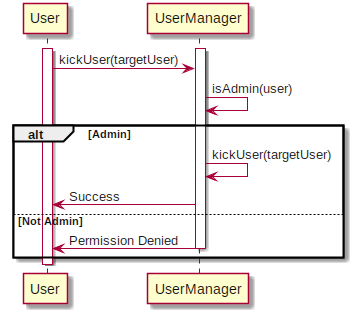
This is doc/SSRS/images/SequenceDiagrams/ProjectMemberManagementKickUser.png from cs383-4/sQuire, a PlantUML export, as it was before one commit.
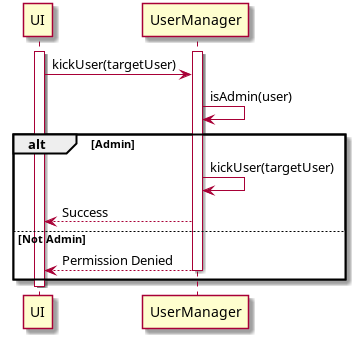
The same diagram one commit later.

Commit message:
Updated Project Member Management Sequence Diagrams

Diff of the diagram source:
```diff
@@ -1,15 +1,15 @@
 @startuml
-Activate User
+Activate UI
 Activate UserManager
-User -> UserManager: kickUser(targetUser)
+UI -> UserManager: kickUser(targetUser)
 UserManager -> UserManager: isAdmin(user)
 
 alt Admin
 UserManager -> UserManager: kickUser(targetUser)
-UserManager -> User : Success
+UserManager --> UI : Success
 else Not Admin
-UserManager -> User: Permission Denied
+UserManager --> UI: Permission Denied
 Deactivate UserManager
 end
-Deactivate User
+Deactivate UI
 @enduml
```
